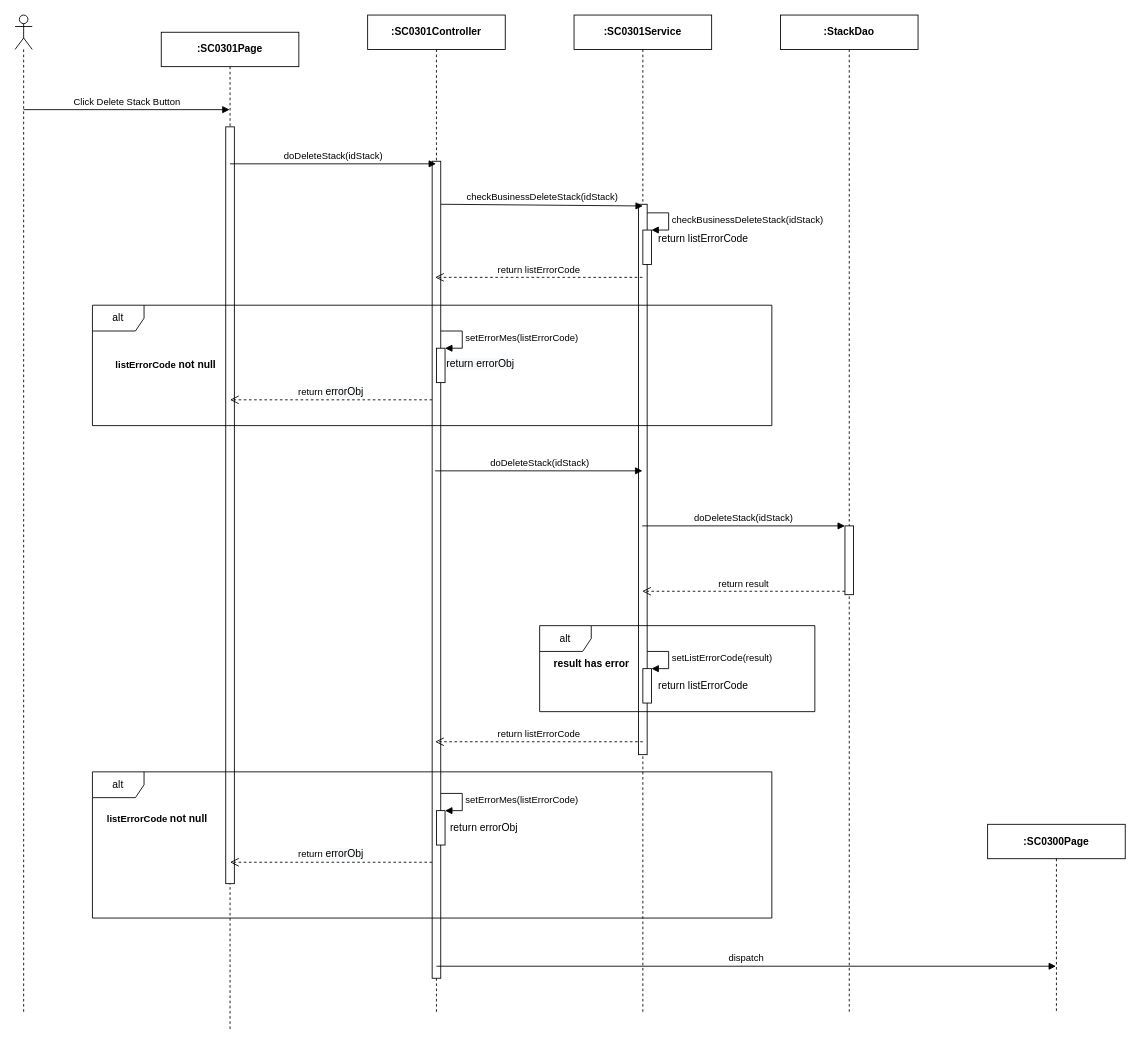
Before: page "Ev04" (4 of 10) of Users/LuanNM/SEQ Diagram Review/sc03/SC0301_StackDetail.drawio in luannmdev/CapstoneDocument, a draw.io diagram. Source tidied: cells renumbered, new cells numbered last; positions are measured from the earlier drawing's top-left corner, leaving out a move shared by most shapes. Both pictures are drawn from the tidied source at 86%, with x=0, y=0 at pixel (15, 15).
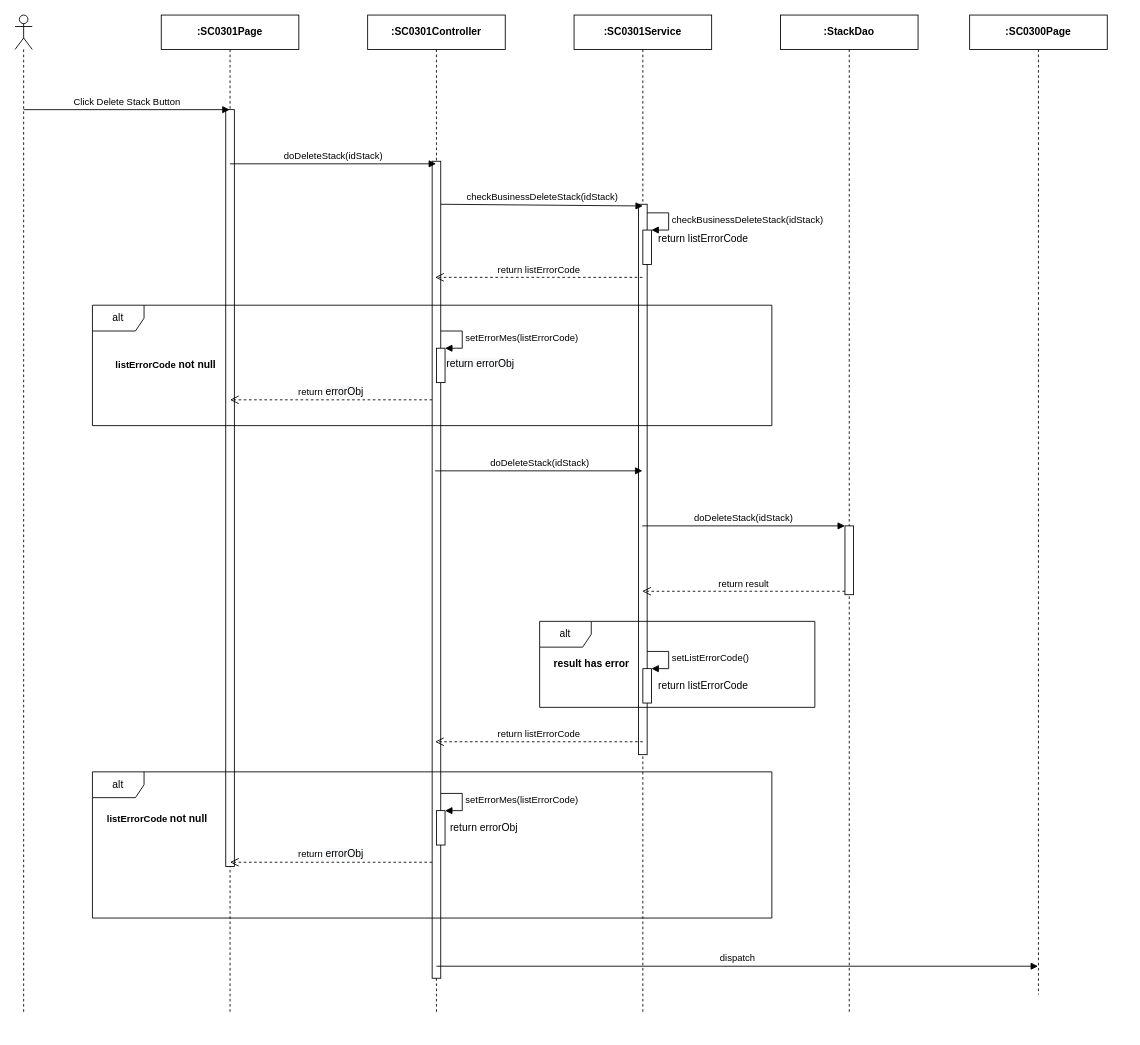
The same page after the edit.

The change refers to these unchanged cells:
```xml
<mxCell id="31" style="html=1;points=[];perimeter=orthogonalPerimeter;" parent="1" vertex="1">
  <mxGeometry x="730" y="760" width="10" height="40" as="geometry" />
</mxCell>
```

The edit, as a diff of the source:
```diff
@@
     <mxCell id="3" value="&lt;b&gt;:SC0301Page&lt;/b&gt;" style="shape=umlLifeline;perimeter=lifelinePerimeter;whiteSpace=wrap;html=1;outlineConnect=0;" parent="1" vertex="1">
-      <mxGeometry x="170" y="20" width="160" height="1160" as="geometry" />
+      <mxGeometry x="170" width="160" height="1160" as="geometry" />
     </mxCell>
@@
     <mxCell id="27" value="&lt;b&gt;:SC0300Page&lt;/b&gt;" style="shape=umlLifeline;perimeter=lifelinePerimeter;whiteSpace=wrap;html=1;outlineConnect=0;" parent="1" vertex="1">
-      <mxGeometry x="1130.9" y="941" width="160" height="219" as="geometry" />
+      <mxGeometry x="1110" width="160" height="1139" as="geometry" />
     </mxCell>
@@
-    <mxCell id="32" value="setListErrorCode(result)" style="edgeStyle=orthogonalEdgeStyle;html=1;align=left;spacingLeft=2;endArrow=block;rounded=0;entryX=1;entryY=0;" parent="1" edge="1" target="31">
+    <mxCell id="32" value="setListErrorCode()" style="edgeStyle=orthogonalEdgeStyle;html=1;align=left;spacingLeft=2;endArrow=block;rounded=0;entryX=1;entryY=0;" parent="1" edge="1" target="31">
       <mxGeometry relative="1" as="geometry">
         <mxPoint x="735" y="740" as="sourcePoint" />
         <Array as="points">
           <mxPoint x="760" y="740" />
         </Array>
       </mxGeometry>
     </mxCell>
@@
     <mxCell id="40" value="alt" style="shape=umlFrame;whiteSpace=wrap;html=1;" parent="1" vertex="1">
-      <mxGeometry x="610" y="710" width="320" height="100" as="geometry" />
+      <mxGeometry x="610" y="705" width="320" height="100" as="geometry" />
     </mxCell>
```
